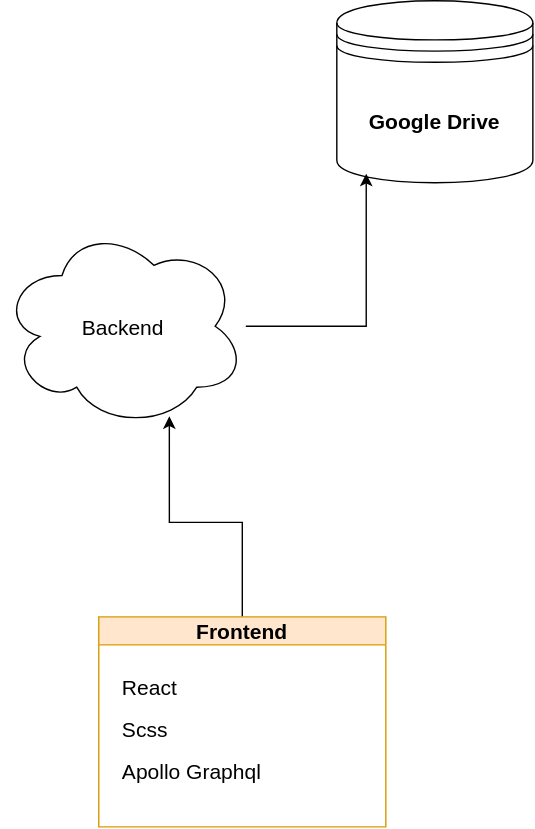
Earlier version of the draw.io export design/software architecture.svg (mgkyawmyotun/lhankyi). Source tidied: cells renumbered, new cells last; positions are measured from the earlier drawing's top-left corner, leaving out a move shared by most shapes. The source it was exported from:
```xml
<mxGraphModel>
  <root>
    <mxCell id="0" />
    <mxCell id="1" parent="0" />
    <mxCell id="2" value="&lt;font style=&quot;font-size: 15px&quot;&gt;&lt;b&gt;Google Drive&lt;/b&gt;&lt;/font&gt;" style="shape=datastore;whiteSpace=wrap;html=1;" parent="1" vertex="1">
      <mxGeometry x="240" width="140" height="130" as="geometry" />
    </mxCell>
    <mxCell id="3" style="edgeStyle=orthogonalEdgeStyle;rounded=0;jettySize=auto;html=1;entryX=0.15;entryY=0.95;entryDx=0;entryDy=0;entryPerimeter=0;fontSize=15;" parent="1" edge="1" source="4" target="2">
      <mxGeometry relative="1" as="geometry" />
    </mxCell>
    <mxCell id="4" value="Backend" style="ellipse;shape=cloud;whiteSpace=wrap;html=1;fontSize=15;" parent="1" vertex="1">
      <mxGeometry y="160" width="175" height="145" as="geometry" />
    </mxCell>
    <mxCell id="5" style="edgeStyle=orthogonalEdgeStyle;rounded=0;jettySize=auto;html=1;entryX=0.688;entryY=0.943;entryDx=0;entryDy=0;entryPerimeter=0;fontSize=15;" parent="1" edge="1" source="6" target="4">
      <mxGeometry relative="1" as="geometry" />
    </mxCell>
    <mxCell id="6" value="Frontend" style="swimlane;startSize=20;horizontal=1;containerType=tree;fontSize=15;fillColor=#ffe6cc;strokeColor=#d79b00;" parent="1" vertex="1">
      <mxGeometry x="70" y="440" width="205" height="150" as="geometry" />
    </mxCell>
    <mxCell id="7" value="React" style="text;html=1;align=left;verticalAlign=middle;strokeColor=none;fillColor=none;fontSize=15;" parent="6" vertex="1">
      <mxGeometry x="15" y="40" width="50" height="20" as="geometry" />
    </mxCell>
    <mxCell id="8" value="Scss" style="text;html=1;align=left;verticalAlign=middle;strokeColor=none;fillColor=none;fontSize=15;" parent="6" vertex="1">
      <mxGeometry x="15" y="70" width="50" height="20" as="geometry" />
    </mxCell>
    <mxCell id="9" value="Apollo Graphql" style="text;html=1;align=left;verticalAlign=middle;strokeColor=none;fillColor=none;fontSize=15;" parent="6" vertex="1">
      <mxGeometry x="15" y="100" width="110" height="20" as="geometry" />
    </mxCell>
  </root>
</mxGraphModel>
```
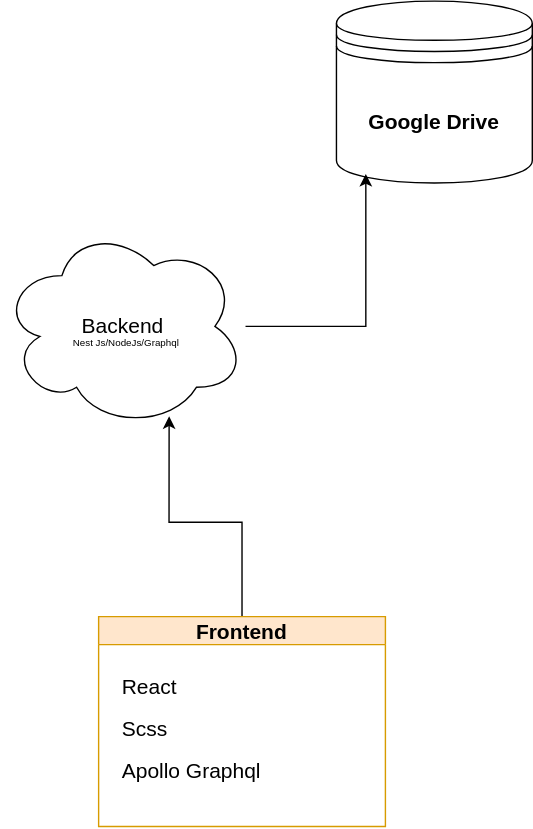
After the change.

Diff of the diagram source:
```diff
@@ -26,5 +26,8 @@
     <mxCell id="9" value="Apollo Graphql" style="text;html=1;align=left;verticalAlign=middle;strokeColor=none;fillColor=none;fontSize=15;" parent="6" vertex="1">
       <mxGeometry x="15" y="100" width="110" height="20" as="geometry" />
     </mxCell>
+    <mxCell id="10" value="&lt;font style=&quot;font-size: 7px&quot;&gt;Nest Js/NodeJs/Graphql&lt;/font&gt;" style="text;html=1;strokeColor=none;fillColor=none;align=left;verticalAlign=middle;whiteSpace=wrap;rounded=0;fontSize=7;" parent="1" vertex="1">
+      <mxGeometry x="50" y="240" width="90" height="10" as="geometry" />
+    </mxCell>
   </root>
 </mxGraphModel>
```
